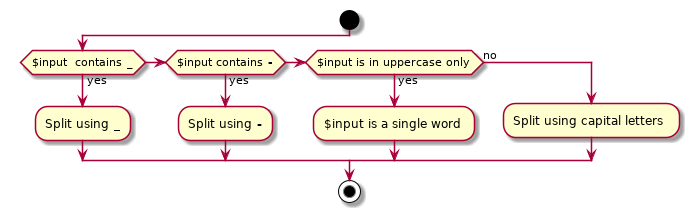
Above: docs/analyse.png in jawira/case-converter (PlantUML), before the change.
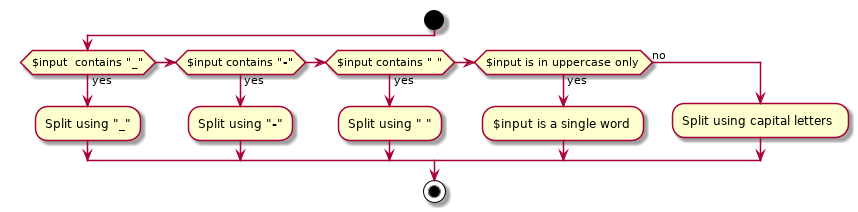
Later version of the same file.

The edit, as a diff of the source:
```diff
@@ -1,9 +1,11 @@
 @startuml
 start
-if ($input  contains **_**) then (yes)
-  :Split using **_**;
-elseif ($input contains **-**) then (yes)
-  :Split using **-**;
+if ($input  contains "**_**") then (yes)
+  :Split using "**_**";
+elseif ($input contains "**-**") then (yes)
+  :Split using "**-**";
+elseif ($input contains "** **") then (yes)
+  :Split using "** **";
 elseif ($input is in uppercase only) then (yes)
   :$input is a single word;
 else (no)
```
